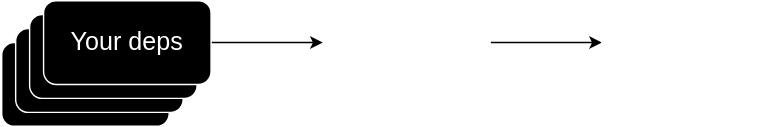
Before: 170_supply_chain_security/supply_chain.drawio.svg, a diagram exported from draw.io (nicholasdille/container-slides). Source tidied: cells renumbered, new cells last; positions are measured from the earlier drawing's top-left corner, leaving out a move shared by most shapes. The source it was exported from:
```xml
<mxGraphModel>
  <root>
    <mxCell id="0" />
    <mxCell id="1" parent="0" />
    <mxCell id="2" style="edgeStyle=none;html=1;entryX=0;entryY=0.5;entryDx=0;entryDy=0;fontSize=18;fontColor=#FFFFFF;" parent="1" edge="1" source="3" target="4">
      <mxGeometry relative="1" as="geometry" />
    </mxCell>
    <mxCell id="3" value="You" style="rounded=1;whiteSpace=wrap;html=1;fontSize=18;fontColor=#FFFFFF;strokeColor=#FFFFFF;fillColor=none;" parent="1" vertex="1">
      <mxGeometry x="230" width="120" height="60" as="geometry" />
    </mxCell>
    <mxCell id="4" value="Your users" style="rounded=1;whiteSpace=wrap;html=1;fontSize=18;fontColor=#FFFFFF;strokeColor=#FFFFFF;fillColor=none;" parent="1" vertex="1">
      <mxGeometry x="430" width="120" height="60" as="geometry" />
    </mxCell>
    <mxCell id="5" value="You" style="rounded=1;whiteSpace=wrap;html=1;fontSize=18;fontColor=#FFFFFF;strokeColor=#FFFFFF;fillColor=#000000;labelBackgroundColor=none;" parent="1" vertex="1">
      <mxGeometry y="30" width="120" height="60" as="geometry" />
    </mxCell>
    <mxCell id="6" value="You" style="rounded=1;whiteSpace=wrap;html=1;fontSize=18;fontColor=#FFFFFF;strokeColor=#FFFFFF;fillColor=#000000;labelBackgroundColor=none;" parent="1" vertex="1">
      <mxGeometry x="10" y="20" width="120" height="60" as="geometry" />
    </mxCell>
    <mxCell id="7" value="You" style="rounded=1;whiteSpace=wrap;html=1;fontSize=18;fontColor=#FFFFFF;strokeColor=#FFFFFF;fillColor=#000000;labelBackgroundColor=none;" parent="1" vertex="1">
      <mxGeometry x="20" y="10" width="120" height="60" as="geometry" />
    </mxCell>
    <mxCell id="8" style="edgeStyle=none;html=1;entryX=0;entryY=0.5;entryDx=0;entryDy=0;fontSize=18;fontColor=#FFFFFF;" parent="1" edge="1" source="9" target="3">
      <mxGeometry relative="1" as="geometry" />
    </mxCell>
    <mxCell id="9" value="Your deps" style="rounded=1;whiteSpace=wrap;html=1;fontSize=18;fontColor=#FFFFFF;strokeColor=#FFFFFF;fillColor=#000000;labelBackgroundColor=none;" parent="1" vertex="1">
      <mxGeometry x="30" width="120" height="60" as="geometry" />
    </mxCell>
  </root>
</mxGraphModel>
```
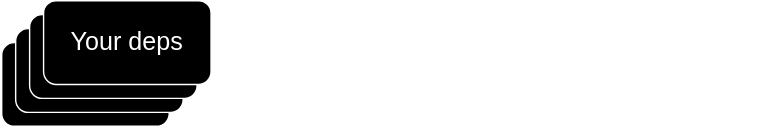
Above is the later version.

Diff of the diagram source:
```diff
@@ -2,7 +2,7 @@
   <root>
     <mxCell id="0" />
     <mxCell id="1" parent="0" />
-    <mxCell id="2" style="edgeStyle=none;html=1;entryX=0;entryY=0.5;entryDx=0;entryDy=0;fontSize=18;fontColor=#FFFFFF;" parent="1" edge="1" source="3" target="4">
+    <mxCell id="2" style="edgeStyle=none;html=1;entryX=0;entryY=0.5;entryDx=0;entryDy=0;fontSize=18;fontColor=#FFFFFF;strokeColor=#FFFFFF;" parent="1" edge="1" source="3" target="4">
       <mxGeometry relative="1" as="geometry" />
     </mxCell>
     <mxCell id="3" value="You" style="rounded=1;whiteSpace=wrap;html=1;fontSize=18;fontColor=#FFFFFF;strokeColor=#FFFFFF;fillColor=none;" parent="1" vertex="1">
@@ -20,7 +20,7 @@
     <mxCell id="7" value="You" style="rounded=1;whiteSpace=wrap;html=1;fontSize=18;fontColor=#FFFFFF;strokeColor=#FFFFFF;fillColor=#000000;labelBackgroundColor=none;" parent="1" vertex="1">
       <mxGeometry x="20" y="10" width="120" height="60" as="geometry" />
     </mxCell>
-    <mxCell id="8" style="edgeStyle=none;html=1;entryX=0;entryY=0.5;entryDx=0;entryDy=0;fontSize=18;fontColor=#FFFFFF;" parent="1" edge="1" source="9" target="3">
+    <mxCell id="8" style="edgeStyle=none;html=1;entryX=0;entryY=0.5;entryDx=0;entryDy=0;fontSize=18;fontColor=#FFFFFF;strokeColor=#FFFFFF;" parent="1" edge="1" source="9" target="3">
       <mxGeometry relative="1" as="geometry" />
     </mxCell>
     <mxCell id="9" value="Your deps" style="rounded=1;whiteSpace=wrap;html=1;fontSize=18;fontColor=#FFFFFF;strokeColor=#FFFFFF;fillColor=#000000;labelBackgroundColor=none;" parent="1" vertex="1">
```
